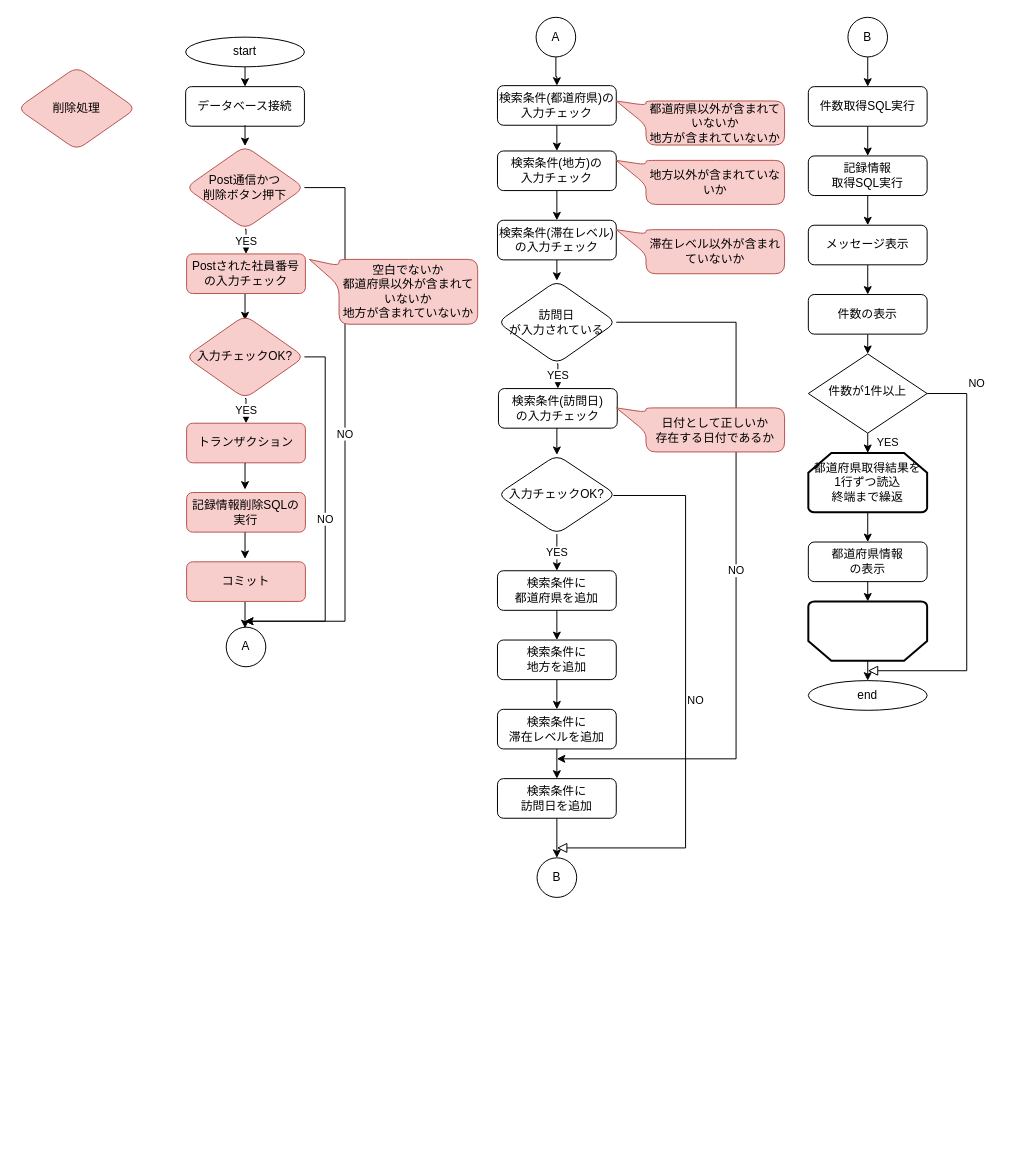
YamaMaru15/prefectures_app keeps this draw.io diagram as page "検索、削除" (1 of 2) of flowChart/prefectures_app.drawio. Above is the earlier version. Source tidied: cells renumbered, new cells numbered last; positions are measured from the earlier drawing's top-left corner, leaving out a move shared by most shapes. Both pictures are drawn from the tidied source at 99%, with x=0, y=0 at pixel (17, 17).
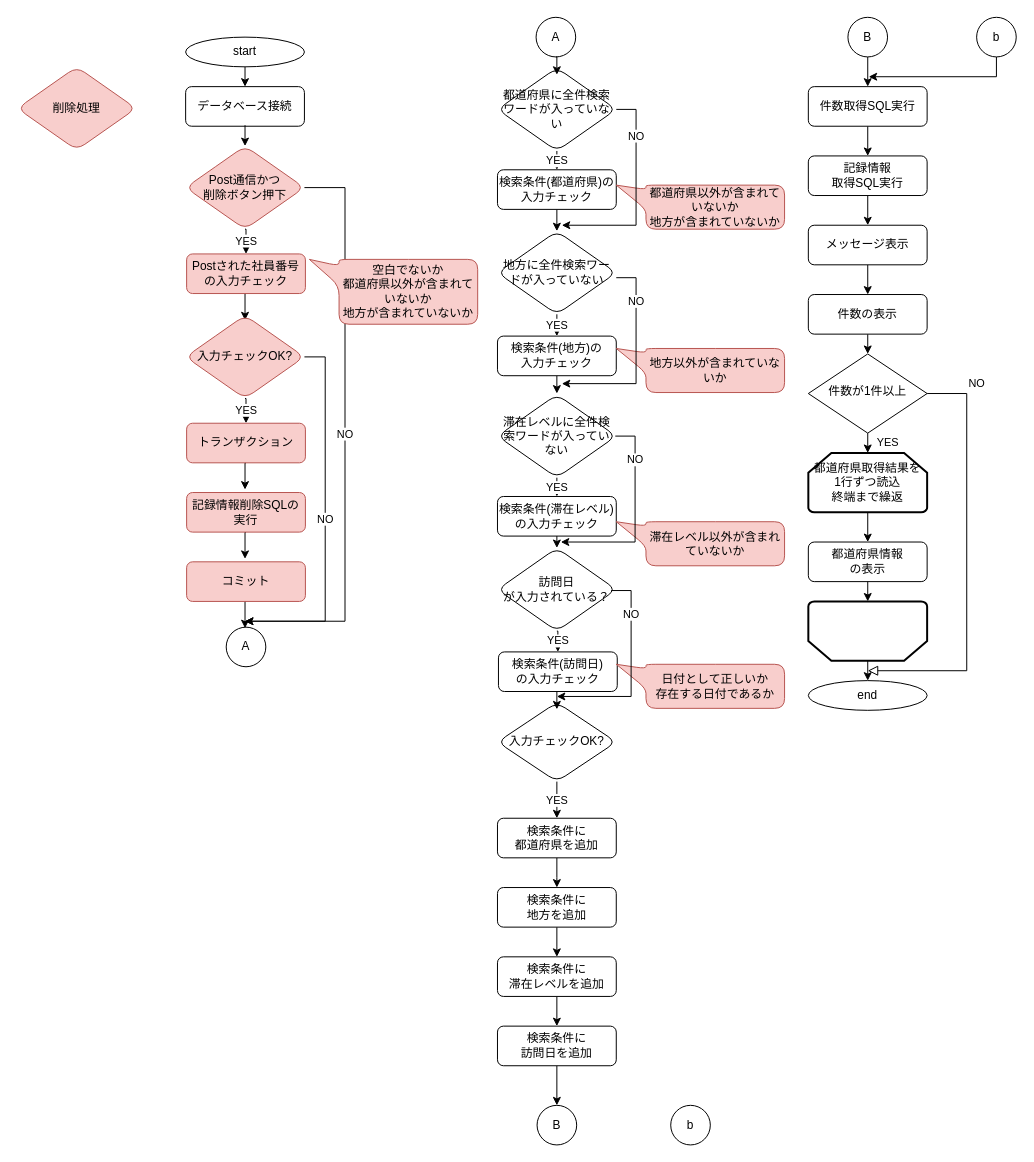
Above is the later version.

The change refers to these unchanged cells:
```xml
<mxCell id="53" value="A" style="ellipse;whiteSpace=wrap;html=1;rounded=1;glass=0;strokeWidth=1;shadow=0;" parent="1" vertex="1">
  <mxGeometry x="524" width="40" height="40" as="geometry" />
</mxCell>
```

What changed in the source:
```diff
@@
-    <mxCell id="3" value="NO" style="edgeStyle=orthogonalEdgeStyle;rounded=0;html=1;jettySize=auto;orthogonalLoop=1;fontSize=11;endArrow=block;endFill=0;endSize=8;strokeWidth=1;shadow=0;labelBackgroundColor=none;" parent="1" edge="1">
-      <mxGeometry y="10" relative="1" as="geometry">
-        <mxPoint x="602" y="483" as="sourcePoint" />
-        <mxPoint x="545" y="839" as="targetPoint" />
-        <Array as="points">
-          <mxPoint x="675" y="483" />
-        </Array>
-      </mxGeometry>
-    </mxCell>
     <mxCell id="4" style="edgeStyle=orthogonalEdgeStyle;rounded=0;jettySize=auto;html=1;" parent="1" edge="1" source="5">
       <mxGeometry relative="1" as="geometry">
-        <mxPoint x="545" y="629" as="targetPoint" />
+        <mxPoint x="545" y="879" as="targetPoint" />
       </mxGeometry>
     </mxCell>
     <mxCell id="5" value="検索条件に&lt;br&gt;都道府県を追加" style="rounded=1;whiteSpace=wrap;html=1;fontSize=12;glass=0;strokeWidth=1;shadow=0;" parent="1" vertex="1">
-      <mxGeometry x="485" y="559" width="120" height="40" as="geometry" />
+      <mxGeometry x="485" y="809" width="120" height="40" as="geometry" />
     </mxCell>
@@
     <mxCell id="9" value="検索条件に&lt;br&gt;滞在レベルを追加" style="whiteSpace=wrap;html=1;rounded=1;glass=0;strokeWidth=1;shadow=0;" parent="1" vertex="1">
-      <mxGeometry x="485" y="699" width="120" height="40" as="geometry" />
+      <mxGeometry x="485" y="949" width="120" height="40" as="geometry" />
     </mxCell>
@@
     <mxCell id="11" value="検索条件に&lt;br&gt;訪問日を追加" style="whiteSpace=wrap;html=1;rounded=1;glass=0;strokeWidth=1;shadow=0;" parent="1" vertex="1">
-      <mxGeometry x="485" y="769" width="120" height="40" as="geometry" />
+      <mxGeometry x="485" y="1019" width="120" height="40" as="geometry" />
     </mxCell>
     <mxCell id="12" value="B" style="ellipse;whiteSpace=wrap;html=1;rounded=1;glass=0;strokeWidth=1;shadow=0;" parent="1" vertex="1">
-      <mxGeometry x="525" y="849" width="40" height="40" as="geometry" />
+      <mxGeometry x="525" y="1099" width="40" height="40" as="geometry" />
     </mxCell>
@@
-    <mxCell id="27" style="edgeStyle=orthogonalEdgeStyle;rounded=0;jettySize=auto;html=1;exitX=0.5;exitY=1;exitDx=0;exitDy=0;entryX=0.5;entryY=0;entryDx=0;entryDy=0;" parent="1" edge="1" source="28" target="30">
-      <mxGeometry relative="1" as="geometry" />
-    </mxCell>
+    <mxCell id="72" style="edgeStyle=orthogonalEdgeStyle;rounded=0;jettySize=auto;html=1;exitX=0.5;exitY=1;exitDx=0;exitDy=0;entryX=0.5;entryY=0;entryDx=0;entryDy=0;" parent="1" edge="1" source="28" target="83">
+      <mxGeometry relative="1" as="geometry" />
+    </mxCell>
     <mxCell id="28" value="検索条件(都道府県)の&lt;br&gt;入力チェック" style="rounded=1;whiteSpace=wrap;html=1;fontSize=12;glass=0;strokeWidth=1;shadow=0;" parent="1" vertex="1">
-      <mxGeometry x="485" y="69" width="120" height="40" as="geometry" />
+      <mxGeometry x="485" y="154" width="120" height="40" as="geometry" />
     </mxCell>
-    <mxCell id="29" style="edgeStyle=orthogonalEdgeStyle;rounded=0;jettySize=auto;html=1;exitX=0.5;exitY=1;exitDx=0;exitDy=0;entryX=0.5;entryY=0;entryDx=0;entryDy=0;" parent="1" edge="1" source="30" target="32">
-      <mxGeometry relative="1" as="geometry" />
-    </mxCell>
+    <mxCell id="73" style="edgeStyle=orthogonalEdgeStyle;rounded=0;jettySize=auto;html=1;exitX=0.5;exitY=1;exitDx=0;exitDy=0;" parent="1" edge="1" source="30">
+      <mxGeometry relative="1" as="geometry">
+        <mxPoint x="545" y="380" as="targetPoint" />
+      </mxGeometry>
+    </mxCell>
     <mxCell id="30" value="検索条件(地方)の&lt;br&gt;入力チェック" style="rounded=1;whiteSpace=wrap;html=1;fontSize=12;glass=0;strokeWidth=1;shadow=0;" parent="1" vertex="1">
-      <mxGeometry x="485" y="135" width="120" height="40" as="geometry" />
+      <mxGeometry x="485" y="322" width="120" height="40" as="geometry" />
     </mxCell>
-    <mxCell id="31" style="edgeStyle=orthogonalEdgeStyle;rounded=0;jettySize=auto;html=1;exitX=0.5;exitY=1;exitDx=0;exitDy=0;entryX=0.5;entryY=0;entryDx=0;entryDy=0;" parent="1" edge="1" source="32" target="43">
-      <mxGeometry relative="1" as="geometry" />
-    </mxCell>
+    <mxCell id="74" style="edgeStyle=orthogonalEdgeStyle;rounded=0;jettySize=auto;html=1;exitX=0.5;exitY=1;exitDx=0;exitDy=0;entryX=0.5;entryY=0;entryDx=0;entryDy=0;" parent="1" edge="1" source="32" target="87">
+      <mxGeometry relative="1" as="geometry" />
+    </mxCell>
     <mxCell id="32" value="検索条件(滞在レベル)の入力チェック" style="rounded=1;whiteSpace=wrap;html=1;fontSize=12;glass=0;strokeWidth=1;shadow=0;" parent="1" vertex="1">
-      <mxGeometry x="485" y="205" width="120" height="40" as="geometry" />
+      <mxGeometry x="485" y="484" width="120" height="40" as="geometry" />
     </mxCell>
     <mxCell id="33" value="入力チェックOK?" style="rhombus;whiteSpace=wrap;html=1;rounded=1;glass=0;strokeWidth=1;shadow=0;" parent="1" vertex="1">
-      <mxGeometry x="485" y="442" width="120" height="80" as="geometry" />
+      <mxGeometry x="485" y="692" width="120" height="80" as="geometry" />
     </mxCell>
-    <mxCell id="34" style="edgeStyle=orthogonalEdgeStyle;rounded=0;jettySize=auto;html=1;exitX=0.5;exitY=1;exitDx=0;exitDy=0;entryX=0.5;entryY=0;entryDx=0;entryDy=0;" parent="1" edge="1" source="35" target="33">
-      <mxGeometry relative="1" as="geometry" />
-    </mxCell>
+    <mxCell id="75" style="edgeStyle=orthogonalEdgeStyle;rounded=0;jettySize=auto;html=1;exitX=0.5;exitY=1;exitDx=0;exitDy=0;entryX=0.5;entryY=0;entryDx=0;entryDy=0;" parent="1" edge="1" source="35">
+      <mxGeometry relative="1" as="geometry">
+        <mxPoint x="545" y="699" as="targetPoint" />
+      </mxGeometry>
+    </mxCell>
     <mxCell id="35" value="検索条件(訪問日)&lt;br&gt;の入力チェック" style="rounded=1;whiteSpace=wrap;html=1;fontSize=12;glass=0;strokeWidth=1;shadow=0;" parent="1" vertex="1">
-      <mxGeometry x="486" y="375" width="120" height="40" as="geometry" />
+      <mxGeometry x="486" y="641" width="120" height="40" as="geometry" />
     </mxCell>
     <mxCell id="36" style="edgeStyle=orthogonalEdgeStyle;rounded=0;jettySize=auto;html=1;" parent="1" edge="1" source="37">
       <mxGeometry relative="1" as="geometry">
-        <mxPoint x="545" y="699" as="targetPoint" />
+        <mxPoint x="545" y="949" as="targetPoint" />
       </mxGeometry>
     </mxCell>
     <mxCell id="37" value="検索条件に&lt;br&gt;地方を追加" style="rounded=1;whiteSpace=wrap;html=1;fontSize=12;glass=0;strokeWidth=1;shadow=0;" parent="1" vertex="1">
-      <mxGeometry x="485" y="629" width="120" height="40" as="geometry" />
+      <mxGeometry x="485" y="879" width="120" height="40" as="geometry" />
     </mxCell>
@@
     <mxCell id="40" value="YES" style="edgeStyle=orthogonalEdgeStyle;rounded=0;jettySize=auto;html=1;exitX=0.5;exitY=1;exitDx=0;exitDy=0;entryX=0.5;entryY=0;entryDx=0;entryDy=0;" parent="1" edge="1" target="5">
       <mxGeometry relative="1" as="geometry">
-        <mxPoint x="545" y="522" as="sourcePoint" />
+        <mxPoint x="545" y="772" as="sourcePoint" />
       </mxGeometry>
     </mxCell>
-    <mxCell id="41" value="YES" style="edgeStyle=orthogonalEdgeStyle;rounded=0;jettySize=auto;html=1;exitX=0.5;exitY=1;exitDx=0;exitDy=0;entryX=0.5;entryY=0;entryDx=0;entryDy=0;" parent="1" edge="1" source="43" target="35">
-      <mxGeometry relative="1" as="geometry" />
-    </mxCell>
-    <mxCell id="42" value="NO" style="edgeStyle=orthogonalEdgeStyle;rounded=0;jettySize=auto;html=1;exitX=1;exitY=0.5;exitDx=0;exitDy=0;" parent="1" edge="1" source="43">
-      <mxGeometry relative="1" as="geometry">
-        <mxPoint x="545" y="749" as="targetPoint" />
-        <Array as="points">
-          <mxPoint x="726" y="308" />
-        </Array>
-      </mxGeometry>
-    </mxCell>
-    <mxCell id="43" value="訪問日&lt;br&gt;が入力されている" style="rhombus;whiteSpace=wrap;html=1;rounded=1;glass=0;strokeWidth=1;shadow=0;" parent="1" vertex="1">
-      <mxGeometry x="485" y="266" width="120" height="84" as="geometry" />
-    </mxCell>
     <mxCell id="44" value="地方以外が含まれていないか" style="shape=callout;whiteSpace=wrap;html=1;perimeter=calloutPerimeter;position2=0;size=30;position=0.1;fillColor=#f8cecc;strokeColor=#b85450;rounded=1;rotation=0;direction=south;" parent="1" vertex="1">
-      <mxGeometry x="605" y="144.5" width="170" height="44.5" as="geometry" />
+      <mxGeometry x="605" y="334.5" width="170" height="44.5" as="geometry" />
     </mxCell>
     <mxCell id="45" value="都道府県以外が含まれていないか&lt;br&gt;地方が含まれていないか" style="shape=callout;whiteSpace=wrap;html=1;perimeter=calloutPerimeter;position2=0;size=30;position=0.1;fillColor=#f8cecc;strokeColor=#b85450;rounded=1;rotation=0;direction=south;" parent="1" vertex="1">
-      <mxGeometry x="605" y="84.5" width="170" height="44.5" as="geometry" />
+      <mxGeometry x="605" y="169.5" width="170" height="44.5" as="geometry" />
     </mxCell>
     <mxCell id="46" value="滞在レベル以外が含まれていないか" style="shape=callout;whiteSpace=wrap;html=1;perimeter=calloutPerimeter;position2=0;size=30;position=0.1;fillColor=#f8cecc;strokeColor=#b85450;rounded=1;rotation=0;direction=south;" parent="1" vertex="1">
-      <mxGeometry x="605" y="214.5" width="170" height="44.5" as="geometry" />
+      <mxGeometry x="605" y="509.5" width="170" height="44.5" as="geometry" />
     </mxCell>
     <mxCell id="47" value="日付として正しいか&lt;br&gt;存在する日付であるか" style="shape=callout;whiteSpace=wrap;html=1;perimeter=calloutPerimeter;position2=0;size=30;position=0.1;fillColor=#f8cecc;strokeColor=#b85450;rounded=1;rotation=0;direction=south;" parent="1" vertex="1">
-      <mxGeometry x="605" y="394.5" width="170" height="44.5" as="geometry" />
+      <mxGeometry x="605" y="653.5" width="170" height="44.5" as="geometry" />
     </mxCell>
@@
-    <mxCell id="52" style="edgeStyle=orthogonalEdgeStyle;rounded=0;jettySize=auto;html=1;exitX=0.5;exitY=1;exitDx=0;exitDy=0;" parent="1" edge="1" source="53" target="28">
-      <mxGeometry relative="1" as="geometry" />
-    </mxCell>
@@
+    <mxCell id="76" value="YES" style="edgeStyle=orthogonalEdgeStyle;rounded=0;jettySize=auto;html=1;exitX=0.5;exitY=1;exitDx=0;exitDy=0;entryX=0.5;entryY=0;entryDx=0;entryDy=0;" parent="1" edge="1" source="78" target="28">
+      <mxGeometry relative="1" as="geometry" />
+    </mxCell>
+    <mxCell id="77" value="NO" style="edgeStyle=orthogonalEdgeStyle;rounded=0;jettySize=auto;html=1;exitX=1;exitY=0.5;exitDx=0;exitDy=0;" parent="1" edge="1" source="78">
+      <mxGeometry x="-0.56" relative="1" as="geometry">
+        <mxPoint x="550" y="210" as="targetPoint" />
+        <Array as="points">
+          <mxPoint x="625" y="93" />
+          <mxPoint x="625" y="210" />
+        </Array>
+      </mxGeometry>
+    </mxCell>
+    <mxCell id="78" value="都道府県に全件検索ワードが入っていない" style="rhombus;whiteSpace=wrap;html=1;rounded=1;glass=0;strokeWidth=1;shadow=0;" parent="1" vertex="1">
+      <mxGeometry x="485" y="51" width="120" height="84" as="geometry" />
+    </mxCell>
+    <mxCell id="79" value="b" style="ellipse;whiteSpace=wrap;html=1;rounded=1;glass=0;strokeWidth=1;shadow=0;" parent="1" vertex="1">
+      <mxGeometry x="660" y="1099" width="40" height="40" as="geometry" />
+    </mxCell>
+    <mxCell id="80" style="edgeStyle=orthogonalEdgeStyle;rounded=0;jettySize=auto;html=1;exitX=0.5;exitY=1;exitDx=0;exitDy=0;" parent="1" edge="1" source="81">
+      <mxGeometry relative="1" as="geometry">
+        <mxPoint x="860" y="60" as="targetPoint" />
+        <Array as="points">
+          <mxPoint x="989" y="60" />
+        </Array>
+      </mxGeometry>
+    </mxCell>
+    <mxCell id="81" value="b" style="ellipse;whiteSpace=wrap;html=1;rounded=1;glass=0;strokeWidth=1;shadow=0;" parent="1" vertex="1">
+      <mxGeometry x="969" width="40" height="40" as="geometry" />
+    </mxCell>
+    <mxCell id="82" value="YES" style="edgeStyle=orthogonalEdgeStyle;rounded=0;jettySize=auto;html=1;exitX=0.5;exitY=1;exitDx=0;exitDy=0;entryX=0.5;entryY=0;entryDx=0;entryDy=0;" parent="1" edge="1" source="83" target="30">
+      <mxGeometry relative="1" as="geometry" />
+    </mxCell>
+    <mxCell id="83" value="地方に全件検索ワードが入っていない" style="rhombus;whiteSpace=wrap;html=1;rounded=1;glass=0;strokeWidth=1;shadow=0;" parent="1" vertex="1">
+      <mxGeometry x="485" y="216" width="120" height="84" as="geometry" />
+    </mxCell>
+    <mxCell id="84" value="YES" style="edgeStyle=orthogonalEdgeStyle;rounded=0;jettySize=auto;html=1;exitX=0.5;exitY=1;exitDx=0;exitDy=0;entryX=0.5;entryY=0;entryDx=0;entryDy=0;" parent="1" edge="1" source="85" target="32">
+      <mxGeometry relative="1" as="geometry" />
+    </mxCell>
+    <mxCell id="85" value="滞在レベルに全件検索ワードが入っていない" style="rhombus;whiteSpace=wrap;html=1;rounded=1;glass=0;strokeWidth=1;shadow=0;" parent="1" vertex="1">
+      <mxGeometry x="485" y="381" width="120" height="84" as="geometry" />
+    </mxCell>
+    <mxCell id="86" value="YES" style="edgeStyle=orthogonalEdgeStyle;rounded=0;jettySize=auto;html=1;exitX=0.5;exitY=1;exitDx=0;exitDy=0;entryX=0.5;entryY=0;entryDx=0;entryDy=0;" parent="1" edge="1" source="87" target="35">
+      <mxGeometry relative="1" as="geometry" />
+    </mxCell>
+    <mxCell id="87" value="訪問日&lt;br&gt;が入力されている？" style="rhombus;whiteSpace=wrap;html=1;rounded=1;glass=0;strokeWidth=1;shadow=0;" parent="1" vertex="1">
+      <mxGeometry x="485" y="536" width="120" height="84" as="geometry" />
+    </mxCell>
+    <mxCell id="88" style="edgeStyle=orthogonalEdgeStyle;rounded=0;jettySize=auto;html=1;exitX=0.5;exitY=1;exitDx=0;exitDy=0;entryX=0.5;entryY=0.083;entryDx=0;entryDy=0;entryPerimeter=0;" parent="1" edge="1" source="53" target="78">
+      <mxGeometry relative="1" as="geometry" />
+    </mxCell>
+    <mxCell id="89" value="NO" style="edgeStyle=orthogonalEdgeStyle;rounded=0;orthogonalLoop=1;jettySize=auto;html=1;exitX=1;exitY=0.5;exitDx=0;exitDy=0;" parent="1" edge="1">
+      <mxGeometry x="-0.56" relative="1" as="geometry">
+        <mxPoint x="605" y="263" as="sourcePoint" />
+        <mxPoint x="550" y="370" as="targetPoint" />
+        <Array as="points">
+          <mxPoint x="625" y="263" />
+          <mxPoint x="625" y="370" />
+          <mxPoint x="550" y="370" />
+        </Array>
+      </mxGeometry>
+    </mxCell>
+    <mxCell id="90" value="NO" style="edgeStyle=orthogonalEdgeStyle;rounded=0;orthogonalLoop=1;jettySize=auto;html=1;exitX=1;exitY=0.5;exitDx=0;exitDy=0;" parent="1" edge="1">
+      <mxGeometry x="-0.56" relative="1" as="geometry">
+        <mxPoint x="604" y="423" as="sourcePoint" />
+        <mxPoint x="549" y="530" as="targetPoint" />
+        <Array as="points">
+          <mxPoint x="624" y="423" />
+          <mxPoint x="624" y="530" />
+          <mxPoint x="549" y="530" />
+        </Array>
+      </mxGeometry>
+    </mxCell>
+    <mxCell id="91" value="NO" style="edgeStyle=orthogonalEdgeStyle;rounded=0;orthogonalLoop=1;jettySize=auto;html=1;exitX=1;exitY=0.5;exitDx=0;exitDy=0;" parent="1" edge="1">
+      <mxGeometry x="-0.56" relative="1" as="geometry">
+        <mxPoint x="600" y="579" as="sourcePoint" />
+        <mxPoint x="545" y="686" as="targetPoint" />
+        <Array as="points">
+          <mxPoint x="620" y="579" />
+          <mxPoint x="620" y="686" />
+          <mxPoint x="545" y="686" />
+        </Array>
+      </mxGeometry>
+    </mxCell>
```
